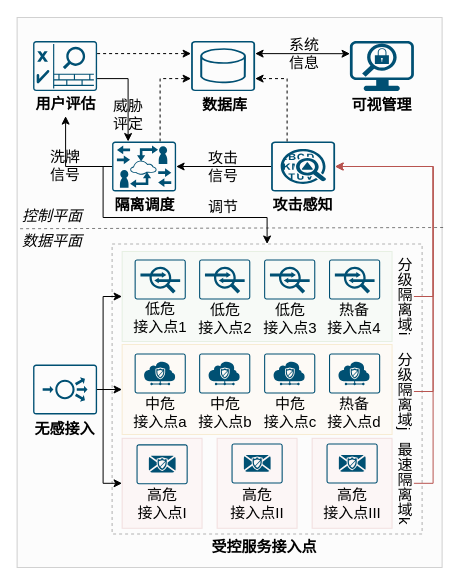
Above: 代码结构.drawio in Norton-Lin/Picture (draw.io), before the change. Source tidied: cells renumbered, new cells numbered last; positions are measured from the earlier drawing's top-left corner, leaving out a move shared by most shapes. Both pictures are drawn from the tidied source at 100%, with x=0, y=0 at pixel (17, 17).
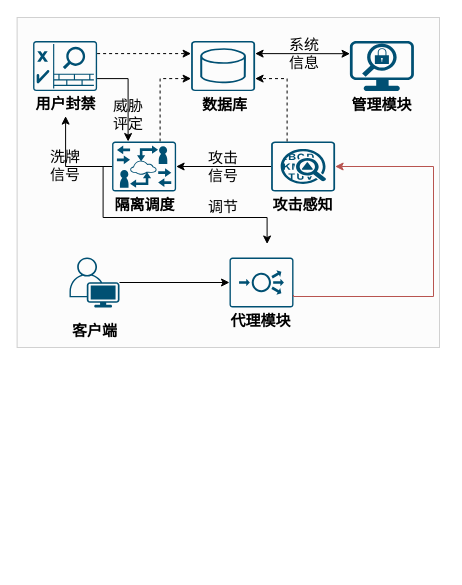
The same diagram, later.

Commit message (it also covers changes not shown here):
更新代码结构.drawio

The change refers to these unchanged cells:
```xml
<mxCell id="25" style="sketch=0;points=[[0.015,0.015,0],[0.985,0.015,0],[0.985,0.985,0],[0.015,0.985,0],[0.25,0,0],[0.5,0,0],[0.75,0,0],[1,0.25,0],[1,0.5,0],[1,0.75,0],[0.75,1,0],[0.5,1,0],[0.25,1,0],[0,0.75,0],[0,0.5,0],[0,0.25,0]];verticalLabelPosition=bottom;html=1;verticalAlign=top;align=center;shape=mxgraph.cisco19.rect;prIcon=anomaly_detection;fillColor=none;strokeColor=#005073;fontSize=15;" parent="1" vertex="1">
  <mxGeometry x="253.6" y="124" width="64" height="50" as="geometry" />
</mxCell>
<mxCell id="51" style="sketch=0;points=[[0.015,0.015,0],[0.985,0.015,0],[0.985,0.985,0],[0.015,0.985,0],[0.25,0,0],[0.5,0,0],[0.75,0,0],[1,0.25,0],[1,0.5,0],[1,0.75,0],[0.75,1,0],[0.5,1,0],[0.25,1,0],[0,0.75,0],[0,0.5,0],[0,0.25,0]];verticalLabelPosition=bottom;html=1;verticalAlign=top;align=center;shape=mxgraph.cisco19.rect;prIcon=video_gateway;fillColor=none;strokeColor=#005073;" parent="1" vertex="1">
  <mxGeometry x="94.6" y="124" width="64" height="50" as="geometry" />
</mxCell>
```

Change to the diagram source:
```diff
@@
     <mxCell id="2" style="rounded=0;whiteSpace=wrap;html=1;fontSize=15;fillColor=#f5f5f5;fontColor=#333333;strokeColor=#666666;opacity=30;" parent="1" vertex="1">
-      <mxGeometry x="-0.4" width="425" height="550" as="geometry" />
+      <mxGeometry x="-0.4" width="422.4" height="330" as="geometry" />
     </mxCell>
-    <mxCell id="3" style="rounded=0;whiteSpace=wrap;html=1;fontSize=15;dashed=1;fillColor=none;fontColor=#333333;strokeColor=#000000;opacity=30;" parent="1" vertex="1">
-      <mxGeometry x="94.6" y="226.5" width="310" height="290" as="geometry" />
-    </mxCell>
-    <mxCell id="4" style="rounded=0;whiteSpace=wrap;html=1;fontSize=15;fillColor=#f8cecc;opacity=15;strokeColor=#b85450;" parent="1" vertex="1">
-      <mxGeometry x="104.6" y="420.8" width="80" height="90" as="geometry" />
-    </mxCell>
-    <mxCell id="5" style="rounded=0;whiteSpace=wrap;html=1;fontSize=15;fillColor=#f8cecc;opacity=15;strokeColor=#b85450;" parent="1" vertex="1">
-      <mxGeometry x="199.6" y="420.8" width="80" height="90" as="geometry" />
-    </mxCell>
-    <mxCell id="6" style="rounded=0;whiteSpace=wrap;html=1;fontSize=15;fillColor=#f8cecc;opacity=15;strokeColor=#b85450;" parent="1" vertex="1">
-      <mxGeometry x="294.6" y="420.8" width="80" height="90" as="geometry" />
-    </mxCell>
-    <mxCell id="7" style="rounded=0;whiteSpace=wrap;html=1;fontSize=15;fillColor=#d5e8d4;opacity=15;strokeColor=#82b366;" parent="1" vertex="1">
-      <mxGeometry x="104.6" y="234" width="270" height="90" as="geometry" />
-    </mxCell>
-    <mxCell id="8" style="edgeStyle=orthogonalEdgeStyle;rounded=0;jettySize=auto;html=1;entryX=0.5;entryY=0;entryDx=0;entryDy=0;exitX=0;exitY=0.5;exitDx=0;exitDy=0;exitPerimeter=0;" parent="1" edge="1" source="51" target="3">
+    <mxCell id="8" style="edgeStyle=orthogonalEdgeStyle;rounded=0;jettySize=auto;html=1;entryX=0.5;entryY=0;entryDx=0;entryDy=0;exitX=0;exitY=0.5;exitDx=0;exitDy=0;exitPerimeter=0;" parent="1" edge="1" source="51">
       <mxGeometry relative="1" as="geometry">
+        <mxPoint x="249.6" y="226.5" as="targetPoint" />
         <Array as="points">
           <mxPoint x="85.6" y="149" />
           <mxPoint x="85.6" y="200" />
           <mxPoint x="249.6" y="200" />
         </Array>
       </mxGeometry>
     </mxCell>
@@
-    <mxCell id="11" value="分级隔离域i" style="text;html=1;align=center;verticalAlign=middle;whiteSpace=wrap;rounded=0;fontSize=15;horizontal=1;textDirection=vertical-lr;" parent="1" vertex="1">
-      <mxGeometry x="376.4" y="234" width="20" height="90" as="geometry" />
-    </mxCell>
@@
-    <mxCell id="13" value="&lt;b&gt;用户评估&lt;/b&gt;" style="text;html=1;align=center;verticalAlign=middle;whiteSpace=wrap;rounded=0;fontSize=15;" parent="1" vertex="1">
+    <mxCell id="13" value="&lt;b&gt;用户封禁&lt;/b&gt;" style="text;html=1;align=center;verticalAlign=middle;whiteSpace=wrap;rounded=0;fontSize=15;" parent="1" vertex="1">
       <mxGeometry x="15.6" y="73.6" width="65" height="25" as="geometry" />
     </mxCell>
@@
-    <mxCell id="20" value="&lt;b&gt;可视管理&lt;/b&gt;" style="text;html=1;align=center;verticalAlign=middle;whiteSpace=wrap;rounded=0;fontSize=15;" parent="1" vertex="1">
+    <mxCell id="20" value="&lt;b&gt;管理模块&lt;/b&gt;" style="text;html=1;align=center;verticalAlign=middle;whiteSpace=wrap;rounded=0;fontSize=15;" parent="1" vertex="1">
       <mxGeometry x="332.4" y="74.3" width="65" height="25" as="geometry" />
     </mxCell>
@@
-    <mxCell id="26" style="endArrow=none;dashed=1;html=1;strokeWidth=1;rounded=0;fontSize=15;entryX=0.004;entryY=0.384;entryDx=0;entryDy=0;entryPerimeter=0;opacity=50;" parent="1" edge="1" target="2">
-      <mxGeometry relative="1" as="geometry">
-        <mxPoint x="425.6" y="210" as="sourcePoint" />
-      </mxGeometry>
-    </mxCell>
-    <mxCell id="27" value="&lt;font style=&quot;color: rgb(0, 0, 0);&quot;&gt;&lt;i&gt;数据平面&lt;/i&gt;&lt;/font&gt;" style="rounded=0;whiteSpace=wrap;html=1;fontSize=15;strokeColor=none;fillColor=none;" parent="1" vertex="1">
-      <mxGeometry x="-0.4" y="210" width="70" height="25" as="geometry" />
-    </mxCell>
-    <mxCell id="28" value="&lt;font style=&quot;color: rgb(0, 0, 0);&quot;&gt;&lt;i&gt;控制平面&lt;/i&gt;&lt;/font&gt;" style="rounded=0;whiteSpace=wrap;html=1;fontSize=15;strokeColor=none;fillColor=none;" parent="1" vertex="1">
-      <mxGeometry x="-0.4" y="185" width="70" height="25" as="geometry" />
-    </mxCell>
@@
-    <mxCell id="31" value="低危&lt;br&gt;&lt;div&gt;&lt;span&gt;接入点1&lt;/span&gt;&lt;/div&gt;" style="text;html=1;align=center;verticalAlign=middle;whiteSpace=wrap;rounded=0;fontSize=15;fontStyle=0;" parent="1" vertex="1">
-      <mxGeometry x="112.7" y="282.6" width="60" height="35" as="geometry" />
-    </mxCell>
@@
-    <mxCell id="34" style="edgeStyle=orthogonalEdgeStyle;rounded=0;jettySize=auto;html=1;entryX=0;entryY=0.5;entryDx=0;entryDy=0;" parent="1" edge="1" source="37" target="7">
-      <mxGeometry relative="1" as="geometry">
-        <Array as="points">
-          <mxPoint x="85.6" y="372" />
-          <mxPoint x="85.6" y="279" />
-        </Array>
-      </mxGeometry>
-    </mxCell>
-    <mxCell id="35" style="edgeStyle=orthogonalEdgeStyle;rounded=0;jettySize=auto;html=1;entryX=0;entryY=0.5;entryDx=0;entryDy=0;" parent="1" edge="1" source="37" target="39">
-      <mxGeometry relative="1" as="geometry" />
-    </mxCell>
-    <mxCell id="36" style="edgeStyle=orthogonalEdgeStyle;rounded=0;jettySize=auto;html=1;entryX=0;entryY=0.5;entryDx=0;entryDy=0;" parent="1" edge="1" source="37" target="4">
-      <mxGeometry relative="1" as="geometry">
-        <Array as="points">
-          <mxPoint x="85.6" y="372" />
-          <mxPoint x="85.6" y="466" />
-        </Array>
-      </mxGeometry>
-    </mxCell>
     <mxCell id="37" style="sketch=0;points=[[0.015,0.015,0],[0.985,0.015,0],[0.985,0.985,0],[0.015,0.985,0],[0.25,0,0],[0.5,0,0],[0.75,0,0],[1,0.25,0],[1,0.5,0],[1,0.75,0],[0.75,1,0],[0.5,1,0],[0.25,1,0],[0,0.75,0],[0,0.5,0],[0,0.25,0]];verticalLabelPosition=bottom;html=1;verticalAlign=top;align=center;shape=mxgraph.cisco19.rect;prIcon=load_balancer;fillColor=none;strokeColor=#005073;dashed=1;" parent="1" vertex="1">
-      <mxGeometry x="15.6" y="347" width="64" height="50" as="geometry" />
+      <mxGeometry x="212" y="240" width="64" height="50" as="geometry" />
     </mxCell>
-    <mxCell id="38" style="sketch=0;verticalLabelPosition=bottom;html=1;verticalAlign=top;align=center;shape=mxgraph.cisco19.rect;prIcon=ips_ids;fillColor=none;strokeColor=#005073;" parent="1" vertex="1">
-      <mxGeometry x="117.1" y="242" width="51.2" height="40" as="geometry" />
-    </mxCell>
-    <mxCell id="39" style="rounded=0;whiteSpace=wrap;html=1;fontSize=15;fillColor=#ffe6cc;opacity=15;strokeColor=#d79b00;" parent="1" vertex="1">
-      <mxGeometry x="104.6" y="327" width="270" height="90" as="geometry" />
-    </mxCell>
-    <mxCell id="40" style="sketch=0;verticalLabelPosition=bottom;html=1;verticalAlign=top;align=center;shape=mxgraph.cisco19.rect;prIcon=ips_ids;fillColor=none;strokeColor=#005073;" parent="1" vertex="1">
-      <mxGeometry x="181.6" y="242" width="51.2" height="40" as="geometry" />
-    </mxCell>
-    <mxCell id="41" value="低危&lt;br&gt;&lt;div&gt;&lt;span&gt;接入点2&lt;/span&gt;&lt;/div&gt;" style="text;html=1;align=center;verticalAlign=middle;whiteSpace=wrap;rounded=0;fontSize=15;fontStyle=0;" parent="1" vertex="1">
-      <mxGeometry x="177.6" y="283" width="60" height="35" as="geometry" />
-    </mxCell>
-    <mxCell id="42" style="sketch=0;verticalLabelPosition=bottom;html=1;verticalAlign=top;align=center;shape=mxgraph.cisco19.rect;prIcon=ips_ids;fillColor=none;strokeColor=#005073;" parent="1" vertex="1">
-      <mxGeometry x="246.6" y="242" width="51.2" height="40" as="geometry" />
-    </mxCell>
-    <mxCell id="43" value="低危&lt;br&gt;&lt;div&gt;&lt;span&gt;接入点3&lt;/span&gt;&lt;/div&gt;" style="text;html=1;align=center;verticalAlign=middle;whiteSpace=wrap;rounded=0;fontSize=15;fontStyle=0;" parent="1" vertex="1">
-      <mxGeometry x="242.6" y="283" width="60" height="35" as="geometry" />
-    </mxCell>
-    <mxCell id="44" style="sketch=0;verticalLabelPosition=bottom;html=1;verticalAlign=top;align=center;shape=mxgraph.cisco19.rect;prIcon=ips_ids;fillColor=none;strokeColor=#005073;" parent="1" vertex="1">
-      <mxGeometry x="311.5" y="242" width="51.2" height="40" as="geometry" />
-    </mxCell>
-    <mxCell id="45" value="&lt;span&gt;热备&lt;/span&gt;&lt;br&gt;&lt;div&gt;&lt;span&gt;接入点4&lt;/span&gt;&lt;/div&gt;" style="text;html=1;align=center;verticalAlign=middle;whiteSpace=wrap;rounded=0;fontSize=15;fontStyle=0;" parent="1" vertex="1">
-      <mxGeometry x="307.1" y="283" width="60" height="35" as="geometry" />
-    </mxCell>
-    <mxCell id="46" value="中危&lt;br&gt;&lt;div&gt;&lt;span&gt;接入点a&lt;/span&gt;&lt;/div&gt;" style="text;html=1;align=center;verticalAlign=middle;whiteSpace=wrap;rounded=0;fontSize=15;fontStyle=0;" parent="1" vertex="1">
-      <mxGeometry x="112.7" y="377" width="60" height="35" as="geometry" />
-    </mxCell>
-    <mxCell id="47" value="&lt;span&gt;中危&lt;/span&gt;&lt;div&gt;&lt;span&gt;接入点b&lt;/span&gt;&lt;/div&gt;" style="text;html=1;align=center;verticalAlign=middle;whiteSpace=wrap;rounded=0;fontSize=15;fontStyle=0;" parent="1" vertex="1">
-      <mxGeometry x="177.6" y="377" width="60" height="35" as="geometry" />
-    </mxCell>
-    <mxCell id="48" value="中危&lt;br&gt;&lt;div&gt;&lt;span&gt;接入点c&lt;/span&gt;&lt;/div&gt;" style="text;html=1;align=center;verticalAlign=middle;whiteSpace=wrap;rounded=0;fontSize=15;fontStyle=0;" parent="1" vertex="1">
-      <mxGeometry x="242.6" y="377" width="60" height="35" as="geometry" />
-    </mxCell>
-    <mxCell id="49" value="&lt;span&gt;热备&lt;/span&gt;&lt;br&gt;&lt;div&gt;&lt;span&gt;接入点d&lt;/span&gt;&lt;/div&gt;" style="text;html=1;align=center;verticalAlign=middle;whiteSpace=wrap;rounded=0;fontSize=15;fontStyle=0;" parent="1" vertex="1">
-      <mxGeometry x="307.1" y="377" width="60" height="35" as="geometry" />
-    </mxCell>
-    <mxCell id="50" value="高危&lt;br&gt;&lt;div&gt;&lt;span&gt;接入点I&lt;/span&gt;&lt;/div&gt;" style="text;html=1;align=center;verticalAlign=middle;whiteSpace=wrap;rounded=0;fontSize=15;fontStyle=0;" parent="1" vertex="1">
-      <mxGeometry x="114.6" y="468.9" width="60" height="35" as="geometry" />
-    </mxCell>
@@
-    <mxCell id="52" style="sketch=0;verticalLabelPosition=bottom;html=1;verticalAlign=top;align=center;shape=mxgraph.cisco19.rect;prIcon=web_security_services;fillColor=none;strokeColor=#005073;" parent="1" vertex="1">
-      <mxGeometry x="117.1" y="336" width="51.2" height="40" as="geometry" />
-    </mxCell>
-    <mxCell id="53" style="sketch=0;verticalLabelPosition=bottom;html=1;verticalAlign=top;align=center;shape=mxgraph.cisco19.rect;prIcon=flow_analytics;fillColor=none;strokeColor=#005073;" parent="1" vertex="1">
-      <mxGeometry x="119" y="426.8" width="51.2" height="40" as="geometry" />
-    </mxCell>
-    <mxCell id="54" style="sketch=0;verticalLabelPosition=bottom;html=1;verticalAlign=top;align=center;shape=mxgraph.cisco19.rect;prIcon=web_security_services;fillColor=none;strokeColor=#005073;" parent="1" vertex="1">
-      <mxGeometry x="181.6" y="336" width="51.2" height="40" as="geometry" />
-    </mxCell>
-    <mxCell id="55" style="sketch=0;verticalLabelPosition=bottom;html=1;verticalAlign=top;align=center;shape=mxgraph.cisco19.rect;prIcon=web_security_services;fillColor=none;strokeColor=#005073;" parent="1" vertex="1">
-      <mxGeometry x="246.6" y="336" width="51.2" height="40" as="geometry" />
-    </mxCell>
-    <mxCell id="56" style="sketch=0;verticalLabelPosition=bottom;html=1;verticalAlign=top;align=center;shape=mxgraph.cisco19.rect;prIcon=web_security_services;fillColor=none;strokeColor=#005073;" parent="1" vertex="1">
-      <mxGeometry x="311.5" y="336" width="51.2" height="40" as="geometry" />
-    </mxCell>
-    <mxCell id="57" value="高危&lt;br&gt;&lt;div&gt;&lt;span&gt;接入点II&lt;/span&gt;&lt;/div&gt;" style="text;html=1;align=center;verticalAlign=middle;whiteSpace=wrap;rounded=0;fontSize=15;fontStyle=0;" parent="1" vertex="1">
-      <mxGeometry x="210" y="468" width="60" height="35" as="geometry" />
-    </mxCell>
-    <mxCell id="58" style="sketch=0;verticalLabelPosition=bottom;html=1;verticalAlign=top;align=center;shape=mxgraph.cisco19.rect;prIcon=flow_analytics;fillColor=none;strokeColor=#005073;" parent="1" vertex="1">
-      <mxGeometry x="214" y="426" width="51.2" height="40" as="geometry" />
-    </mxCell>
-    <mxCell id="59" value="高危&lt;br&gt;&lt;div&gt;&lt;span&gt;接入点III&lt;/span&gt;&lt;/div&gt;" style="text;html=1;align=center;verticalAlign=middle;whiteSpace=wrap;rounded=0;fontSize=15;fontStyle=0;" parent="1" vertex="1">
-      <mxGeometry x="304.6" y="468" width="60" height="35" as="geometry" />
-    </mxCell>
-    <mxCell id="60" style="sketch=0;verticalLabelPosition=bottom;html=1;verticalAlign=top;align=center;shape=mxgraph.cisco19.rect;prIcon=flow_analytics;fillColor=none;strokeColor=#005073;" parent="1" vertex="1">
-      <mxGeometry x="309" y="426" width="51.2" height="40" as="geometry" />
-    </mxCell>
-    <mxCell id="61" value="&lt;b&gt;无感接入&lt;/b&gt;" style="text;html=1;align=center;verticalAlign=middle;whiteSpace=wrap;rounded=0;fontSize=15;" parent="1" vertex="1">
-      <mxGeometry x="15.1" y="398" width="65" height="25" as="geometry" />
+    <mxCell id="61" value="&lt;b&gt;代理模块&lt;/b&gt;" style="text;html=1;align=center;verticalAlign=middle;whiteSpace=wrap;rounded=0;fontSize=15;" parent="1" vertex="1">
+      <mxGeometry x="211" y="290" width="65" height="25" as="geometry" />
     </mxCell>
-    <mxCell id="62" value="最速隔离域k" style="text;html=1;align=center;verticalAlign=middle;whiteSpace=wrap;rounded=0;fontSize=15;horizontal=1;textDirection=vertical-lr;" parent="1" vertex="1">
-      <mxGeometry x="376.4" y="420.8" width="20" height="90" as="geometry" />
-    </mxCell>
-    <mxCell id="63" value="分级隔离域j" style="text;html=1;align=center;verticalAlign=middle;whiteSpace=wrap;rounded=0;fontSize=15;horizontal=1;textDirection=vertical-lr;" parent="1" vertex="1">
-      <mxGeometry x="376.4" y="329" width="20" height="90" as="geometry" />
-    </mxCell>
-    <mxCell id="64" value="&lt;b&gt;受控服务接入点&lt;/b&gt;" style="text;html=1;align=center;verticalAlign=middle;whiteSpace=wrap;rounded=0;fontSize=15;" parent="1" vertex="1">
-      <mxGeometry x="191.6" y="516.5" width="110" height="25" as="geometry" />
-    </mxCell>
-    <mxCell id="65" style="edgeStyle=orthogonalEdgeStyle;rounded=0;jettySize=auto;html=1;entryX=1;entryY=0.5;entryDx=0;entryDy=0;entryPerimeter=0;fillColor=#f8cecc;strokeColor=#b85450;" parent="1" edge="1" source="11" target="25">
+    <mxCell id="65" style="edgeStyle=orthogonalEdgeStyle;rounded=0;jettySize=auto;html=1;entryX=1;entryY=0.5;entryDx=0;entryDy=0;entryPerimeter=0;fillColor=#f8cecc;strokeColor=#b85450;exitX=1;exitY=0.75;exitDx=0;exitDy=0;exitPerimeter=0;" parent="1" edge="1" source="37" target="25">
       <mxGeometry relative="1" as="geometry">
         <Array as="points">
-          <mxPoint x="415.6" y="279" />
-          <mxPoint x="415.6" y="149" />
+          <mxPoint x="276" y="279" />
+          <mxPoint x="416" y="279" />
+          <mxPoint x="416" y="149" />
         </Array>
       </mxGeometry>
     </mxCell>
-    <mxCell id="66" style="edgeStyle=orthogonalEdgeStyle;rounded=0;jettySize=auto;html=1;entryX=1;entryY=0.5;entryDx=0;entryDy=0;entryPerimeter=0;fillColor=#f8cecc;strokeColor=#b85450;" parent="1" edge="1" source="63" target="25">
-      <mxGeometry relative="1" as="geometry">
-        <Array as="points">
-          <mxPoint x="415.6" y="374" />
-          <mxPoint x="415.6" y="149" />
-        </Array>
-      </mxGeometry>
-    </mxCell>
-    <mxCell id="67" style="edgeStyle=orthogonalEdgeStyle;rounded=0;jettySize=auto;html=1;entryX=1;entryY=0.5;entryDx=0;entryDy=0;entryPerimeter=0;fillColor=#f8cecc;strokeColor=#b85450;" parent="1" edge="1" source="62" target="25">
-      <mxGeometry relative="1" as="geometry">
-        <Array as="points">
-          <mxPoint x="415.6" y="466" />
-          <mxPoint x="415.6" y="149" />
-        </Array>
-      </mxGeometry>
-    </mxCell>
@@
+    <mxCell id="69" style="points=[[0.35,0,0],[0.98,0.51,0],[1,0.71,0],[0.67,1,0],[0,0.795,0],[0,0.65,0]];verticalLabelPosition=bottom;sketch=0;html=1;verticalAlign=top;align=center;shape=mxgraph.cisco19.user;fillColor=#005073;strokeColor=none;" parent="1" vertex="1">
+      <mxGeometry x="52" y="240" width="50" height="50" as="geometry" />
+    </mxCell>
+    <mxCell id="70" style="edgeStyle=orthogonalEdgeStyle;rounded=0;jettySize=auto;html=1;entryX=0;entryY=0.5;entryDx=0;entryDy=0;entryPerimeter=0;" parent="1" edge="1" source="69" target="37">
+      <mxGeometry relative="1" as="geometry" />
+    </mxCell>
+    <mxCell id="71" value="&lt;b&gt;客户端&lt;/b&gt;" style="text;html=1;align=center;verticalAlign=middle;whiteSpace=wrap;rounded=0;fontSize=15;" parent="1" vertex="1">
+      <mxGeometry x="44.5" y="300" width="65" height="25" as="geometry" />
+    </mxCell>
```
